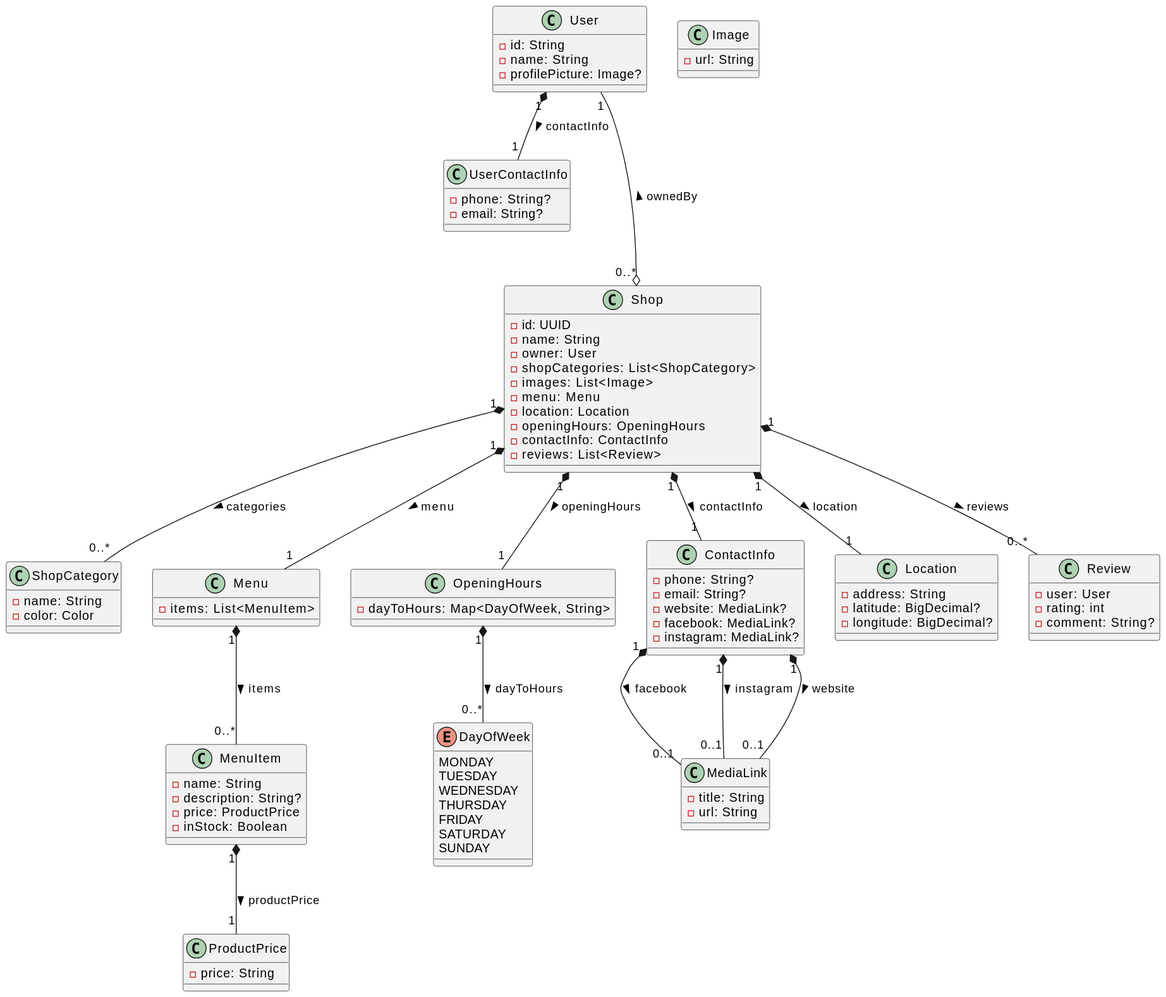
Before: docs/diagram-img/class.svg, a diagram exported from PlantUML (tondracek/my-farmer).
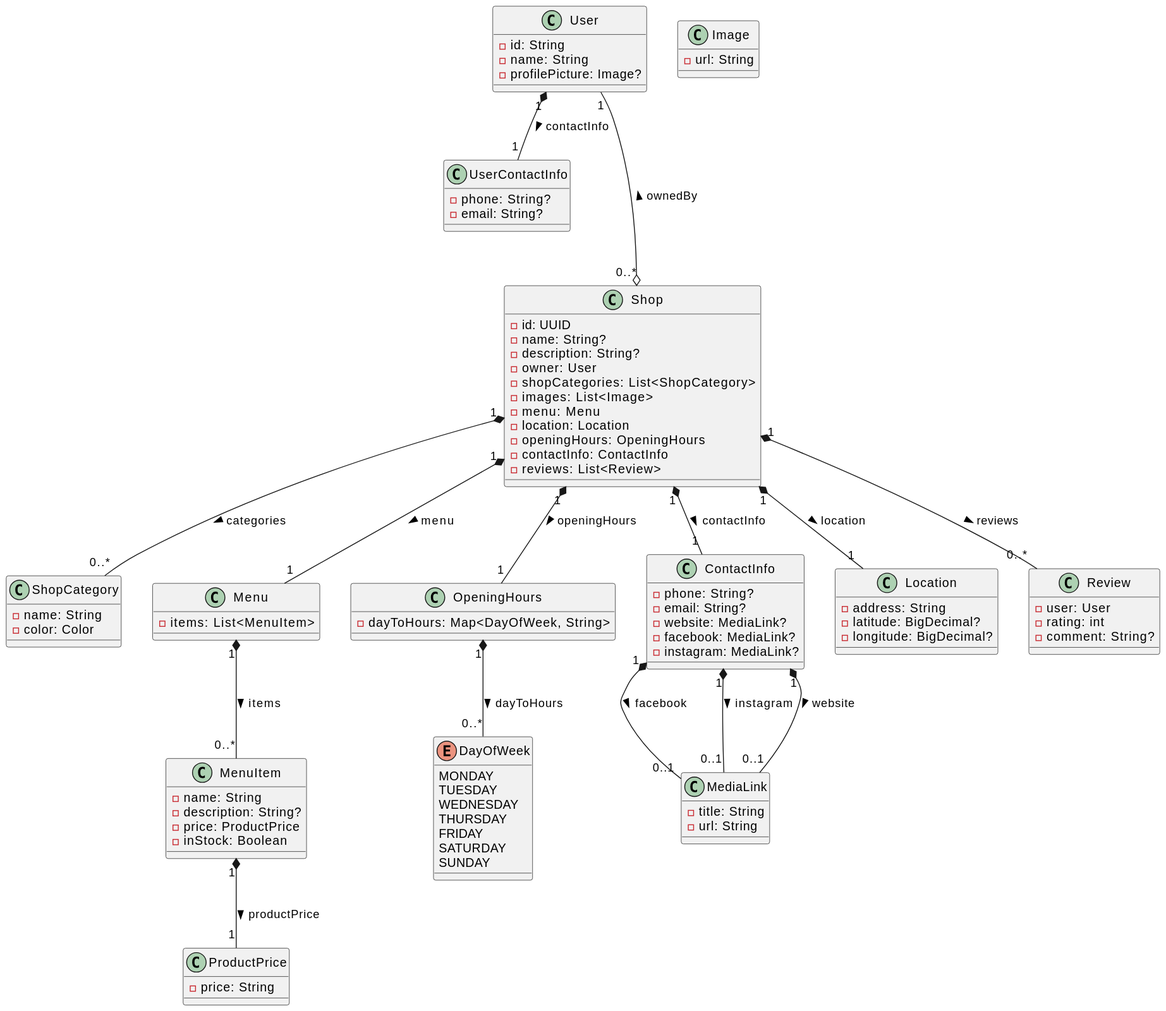
Above is the later version.

Commit message:
🖼️ Auto-update UML diagrams

Diff of the diagram source:
```diff
@@ -18,7 +18,8 @@
 
 class Shop {
     - id: UUID
-    - name: String
+    - name: String?
+    - description: String?
     - owner: User
     - shopCategories: List<ShopCategory>
     - images: List<Image>
```
